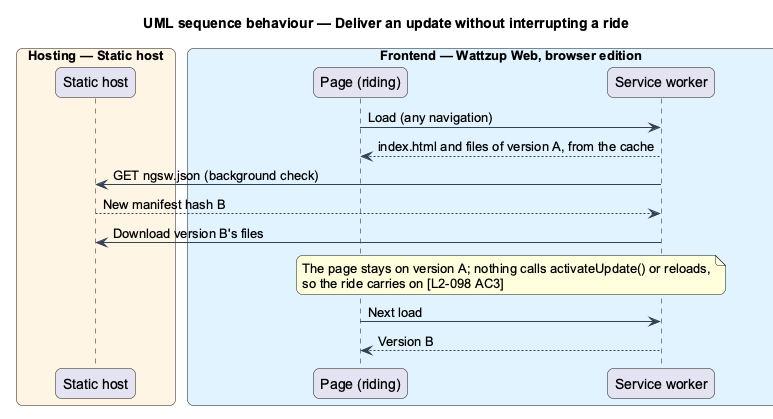
Earlier version of the PlantUML export docs/detailed-designs/platform/build-and-host/diagrams/sequence-update.png (QuinntyneBrown/ride-one). Its source is kept beside it as docs/detailed-designs/platform/build-and-host/diagrams/sequence-update.puml.
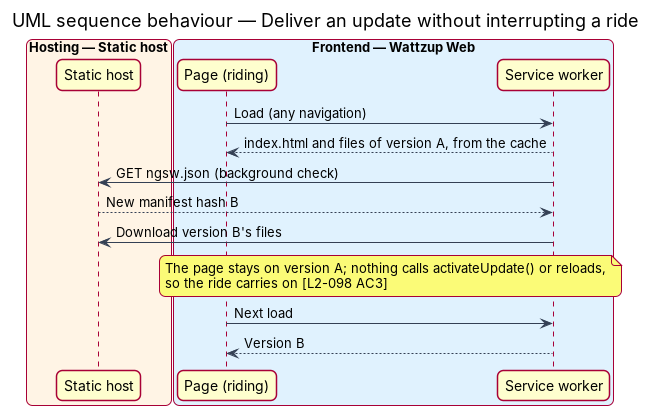
Later version of the same file.

The edit, as a diff of the source:
```diff
@@ -8,7 +8,7 @@
 box "Hosting — Static host" #FFF4E5
   participant "Static host" as host
 end box
-box "Frontend — Wattzup Web, browser edition" #E0F2FE
+box "Frontend — Wattzup Web" #E0F2FE
   participant "Page (riding)" as page
   participant "Service worker" as sw
 end box
```
